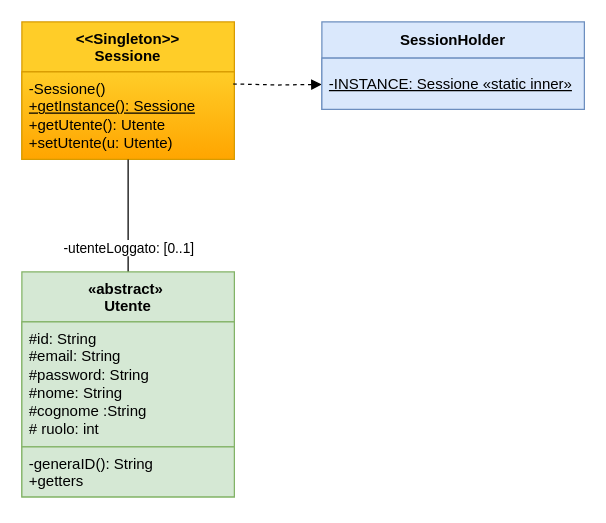
This is Design Level/Singleton.drawio from FedericoSib/FitPlan, a draw.io file, before an edit. Source tidied: cells renumbered, new cells numbered last; positions are measured from the earlier drawing's top-left corner, leaving out a move shared by most shapes. Both pictures are drawn from the tidied source at 125%, with x=0, y=0 at pixel (21, 21).
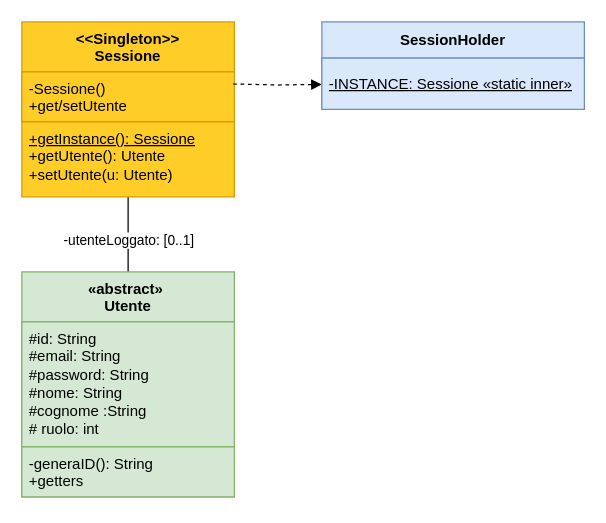
The same page after the edit.

What changed in the source:
```diff
@@
 <mxGraphModel>
   <root>
     <mxCell id="0" />
     <mxCell id="1" parent="0" />
     <mxCell id="2" value="&lt;div&gt;&amp;lt;&amp;lt;Singleton&amp;gt;&amp;gt;&lt;/div&gt;&lt;div&gt;Sessione&lt;/div&gt;" style="swimlane;fontStyle=1;align=center;verticalAlign=top;horizontal=1;startSize=40;whiteSpace=wrap;html=1;fillColor=#ffcd28;gradientColor=none;strokeColor=#d79b00;" parent="1" vertex="1">
-      <mxGeometry width="170" height="110" as="geometry" />
+      <mxGeometry width="170" height="80" as="geometry" />
     </mxCell>
-    <mxCell id="3" value="-Sessione()&lt;br&gt;&lt;u&gt;    +getInstance(): Sessione&lt;/u&gt;&lt;br&gt;    +getUtente(): Utente&lt;br&gt;    +setUtente(u: Utente)" style="text;strokeColor=#d79b00;fillColor=#ffcd28;align=left;verticalAlign=top;spacingLeft=4;spacingRight=4;overflow=hidden;whiteSpace=wrap;html=1;gradientColor=#ffa500;" parent="2" vertex="1">
-      <mxGeometry y="40" width="170" height="70" as="geometry" />
+    <mxCell id="3" value="&lt;div&gt;-Sessione()&lt;/div&gt;&lt;div&gt;+get/setUtente&lt;/div&gt;" style="text;strokeColor=#d79b00;fillColor=#ffcd28;align=left;verticalAlign=top;spacingLeft=4;spacingRight=4;overflow=hidden;whiteSpace=wrap;html=1;gradientColor=none;" parent="2" vertex="1">
+      <mxGeometry y="40" width="170" height="40" as="geometry" />
     </mxCell>
     <mxCell id="4" style="edgeStyle=orthogonalEdgeStyle;rounded=0;jettySize=auto;html=1;entryX=0.5;entryY=1;entryDx=0;entryDy=0;startArrow=none;startFill=0;endArrow=none;endFill=0;" parent="1" edge="1" source="6" target="2">
       <mxGeometry relative="1" as="geometry" />
     </mxCell>
     <mxCell id="5" value="&lt;div&gt;&amp;nbsp;-utenteLoggato: [0..1]&lt;/div&gt;" style="edgeLabel;html=1;align=center;verticalAlign=middle;" parent="4" vertex="1">
       <mxGeometry x="-0.56" y="2" relative="1" as="geometry" />
     </mxCell>
     <mxCell id="6" value="&lt;div&gt;«abstract»&amp;nbsp;&lt;/div&gt;&lt;div&gt;Utente&lt;/div&gt;" style="swimlane;fontStyle=1;align=center;verticalAlign=top;horizontal=1;startSize=40;whiteSpace=wrap;html=1;fillColor=#d5e8d4;gradientColor=none;strokeColor=#82b366;" parent="1" vertex="1">
       <mxGeometry y="200" width="170" height="180" as="geometry" />
     </mxCell>
     <mxCell id="7" value="&lt;div&gt;#id:&amp;nbsp;String&lt;/div&gt;&lt;div&gt;#email:&amp;nbsp;String&lt;/div&gt;#password: String &lt;br&gt;#nome: String&lt;br&gt;#cognome :String&lt;br&gt;# ruolo: int" style="text;strokeColor=#82b366;fillColor=#d5e8d4;align=left;verticalAlign=top;spacingLeft=4;spacingRight=4;overflow=hidden;whiteSpace=wrap;html=1;gradientColor=none;" parent="6" vertex="1">
       <mxGeometry y="40" width="170" height="100" as="geometry" />
     </mxCell>
     <mxCell id="8" value="&lt;div&gt;-generaID(): String&lt;/div&gt;&lt;div&gt;+getters&lt;/div&gt;" style="text;strokeColor=#82b366;fillColor=#d5e8d4;align=left;verticalAlign=top;spacingLeft=4;spacingRight=4;overflow=hidden;whiteSpace=wrap;html=1;gradientColor=none;" parent="6" vertex="1">
       <mxGeometry y="140" width="170" height="40" as="geometry" />
     </mxCell>
     <mxCell id="9" style="edgeStyle=orthogonalEdgeStyle;rounded=0;orthogonalLoop=1;jettySize=auto;html=1;entryX=0.994;entryY=0.243;entryDx=0;entryDy=0;entryPerimeter=0;startArrow=block;startFill=1;endArrow=none;endFill=0;dashed=1;exitX=0;exitY=0.5;exitDx=0;exitDy=0;" parent="1" edge="1">
       <mxGeometry relative="1" as="geometry">
         <mxPoint x="240" y="50" as="sourcePoint" />
         <mxPoint x="169" y="49.7" as="targetPoint" />
       </mxGeometry>
     </mxCell>
     <mxCell id="10" value="SessionHolder" style="swimlane;fontStyle=1;align=center;verticalAlign=middle;horizontal=1;startSize=29;html=1;whiteSpace=wrap;fillColor=#dae8fc;gradientColor=none;strokeColor=#6c8ebf;" parent="1" vertex="1">
       <mxGeometry x="240" width="210" height="70" as="geometry" />
     </mxCell>
     <mxCell id="11" value="&lt;div align=&quot;left&quot;&gt;&lt;u&gt;-INSTANCE: Sessione  «static inner»&lt;/u&gt;&lt;/div&gt;" style="text;html=1;strokeColor=#6c8ebf;fillColor=#dae8fc;align=left;verticalAlign=middle;spacingLeft=4;spacingRight=4;overflow=hidden;whiteSpace=wrap;gradientColor=none;" parent="10" vertex="1">
       <mxGeometry y="29" width="210" height="41" as="geometry" />
     </mxCell>
+    <mxCell id="12" value="&lt;u&gt;+getInstance(): Sessione&lt;/u&gt;&lt;br&gt;    +getUtente(): Utente&lt;br&gt;    +setUtente(u: Utente)" style="text;strokeColor=#d79b00;fillColor=#ffcd28;align=left;verticalAlign=top;spacingLeft=4;spacingRight=4;overflow=hidden;whiteSpace=wrap;html=1;gradientColor=none;" parent="1" vertex="1">
+      <mxGeometry y="80" width="170" height="60" as="geometry" />
+    </mxCell>
   </root>
 </mxGraphModel>
```
